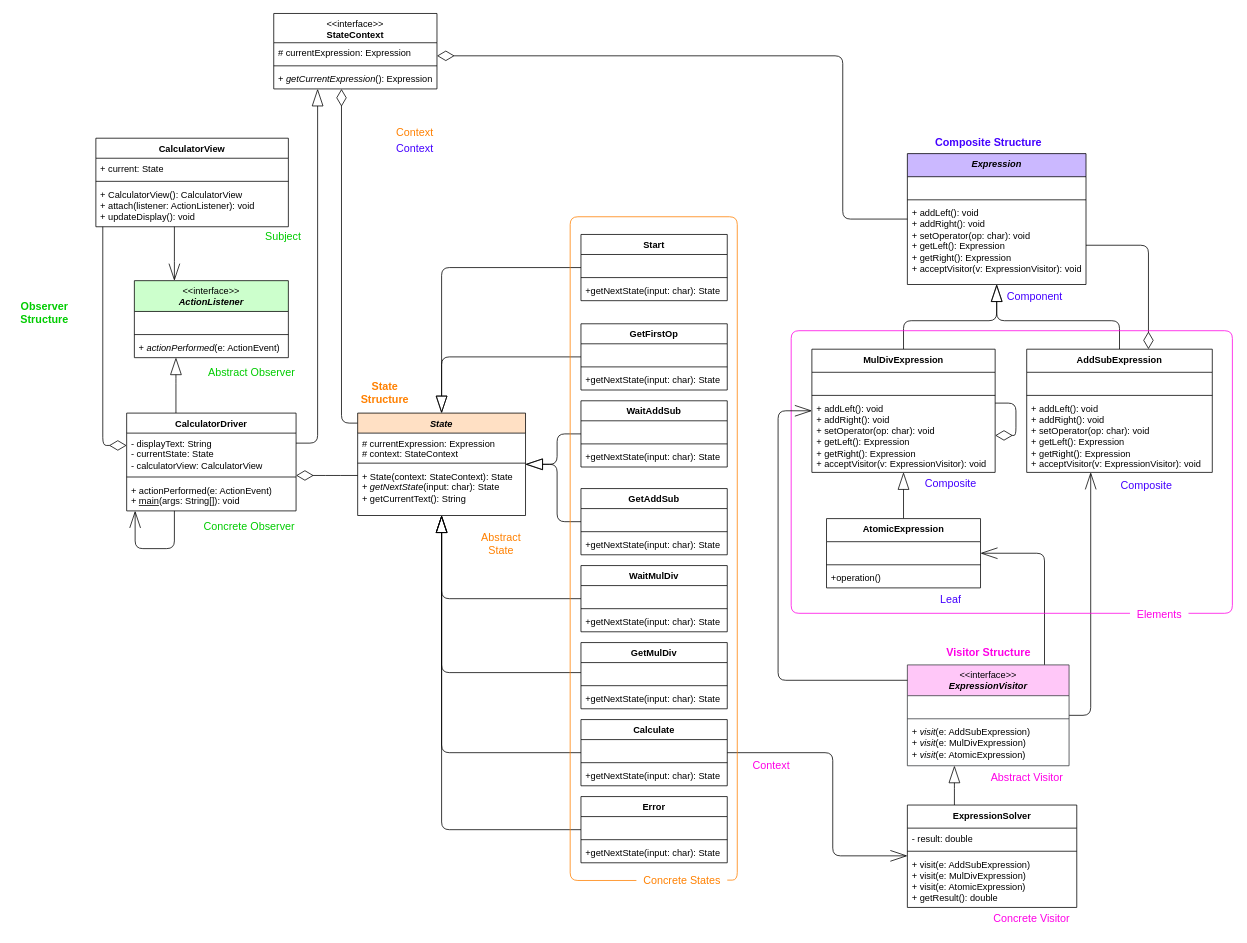
Before: Assignment 4/Calculator Class Diagram.drawio in slamjam02/SE311-Homeworks, a draw.io diagram. Source tidied: cells renumbered, new cells numbered last; positions are measured from the earlier drawing's top-left corner, leaving out a move shared by most shapes. Both pictures are drawn from the tidied source at 77%, with x=0, y=0 at pixel (13, 13).
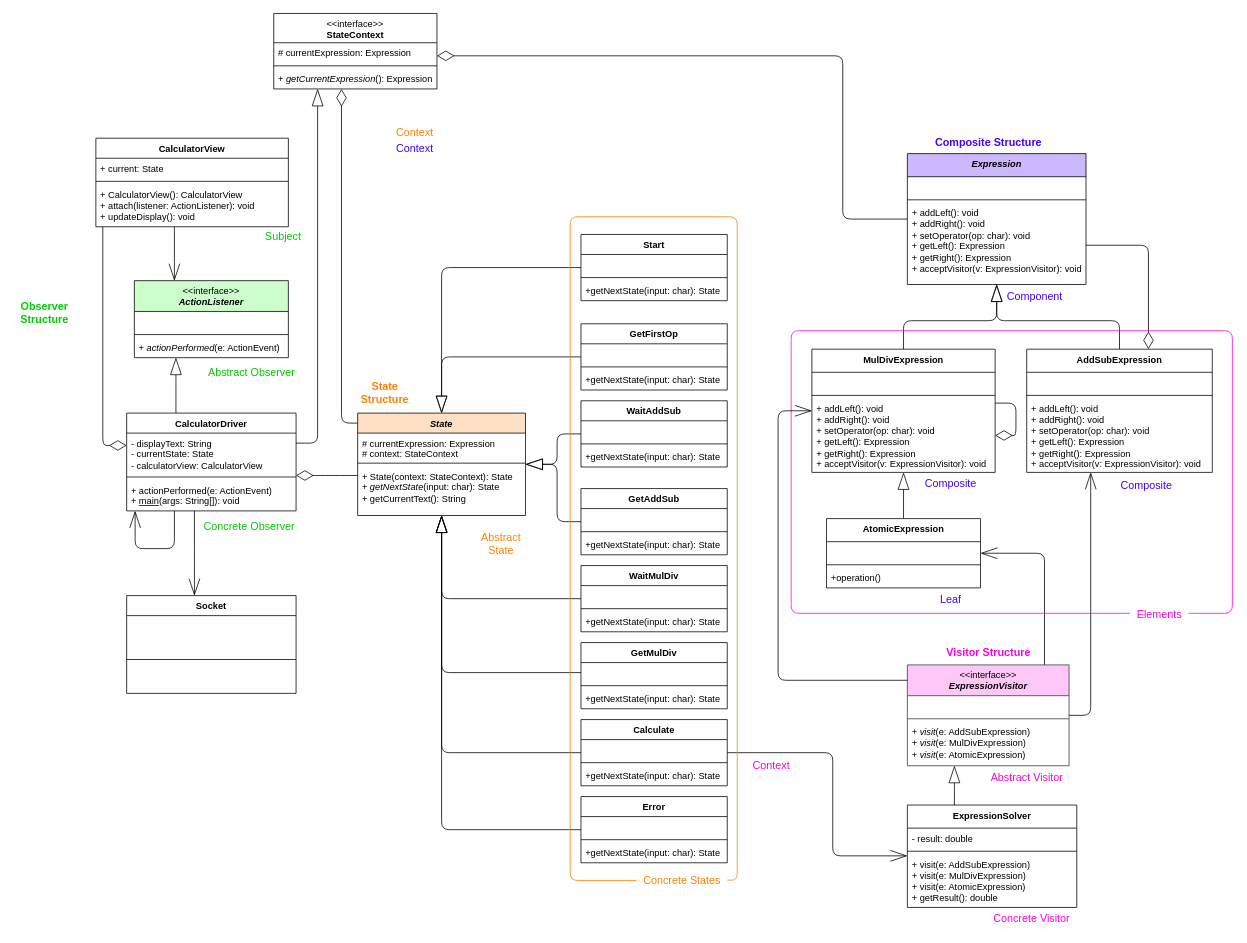
Above is the later version.

The change refers to these unchanged cells:
```xml
<mxCell id="4" value="CalculatorDriver" style="swimlane;fontStyle=1;align=center;verticalAlign=top;horizontal=1;startSize=26;whiteSpace=wrap;html=1;fillColor=#FFFFFF;" parent="1" vertex="1">
  <mxGeometry x="147" y="519" width="220" height="127" as="geometry" />
</mxCell>
```

Diff of the diagram source:
```diff
@@
+    <mxCell id="125" style="edgeStyle=orthogonalEdgeStyle;shape=connector;curved=0;rounded=1;jettySize=auto;html=1;strokeColor=default;align=center;verticalAlign=middle;fontFamily=Helvetica;fontSize=11;fontColor=default;labelBackgroundColor=default;endArrow=openThin;endFill=0;endSize=20;" parent="1" edge="1" source="4" target="126">
+      <mxGeometry relative="1" as="geometry">
+        <Array as="points">
+          <mxPoint x="235" y="702" />
+          <mxPoint x="235" y="702" />
+        </Array>
+      </mxGeometry>
+    </mxCell>
@@
+    <mxCell id="126" value="Socket" style="swimlane;fontStyle=1;align=center;verticalAlign=top;horizontal=1;startSize=26;whiteSpace=wrap;html=1;fillColor=#FFFFFF;" parent="1" vertex="1">
+      <mxGeometry x="147" y="756" width="220" height="127" as="geometry" />
+    </mxCell>
+    <mxCell id="127" value="&lt;div&gt;&amp;nbsp;&lt;/div&gt;" style="text;strokeColor=none;fillColor=none;align=left;verticalAlign=top;spacingLeft=4;spacingRight=4;overflow=hidden;whiteSpace=wrap;html=1;" parent="126" vertex="1">
+      <mxGeometry y="26" width="220" height="53" as="geometry" />
+    </mxCell>
+    <mxCell id="128" style="line;strokeWidth=1;fillColor=none;align=left;verticalAlign=middle;spacingTop=-1;spacingLeft=3;spacingRight=3;labelPosition=right;strokeColor=inherit;" parent="126" vertex="1">
+      <mxGeometry y="79" width="220" height="8" as="geometry" />
+    </mxCell>
+    <mxCell id="129" value="&lt;div&gt;&lt;div&gt;&amp;nbsp;&lt;/div&gt;&lt;/div&gt;" style="text;strokeColor=none;fillColor=none;align=left;verticalAlign=top;spacingLeft=4;spacingRight=4;overflow=hidden;whiteSpace=wrap;html=1;" parent="126" vertex="1">
+      <mxGeometry y="87" width="220" height="40" as="geometry" />
+    </mxCell>
```
